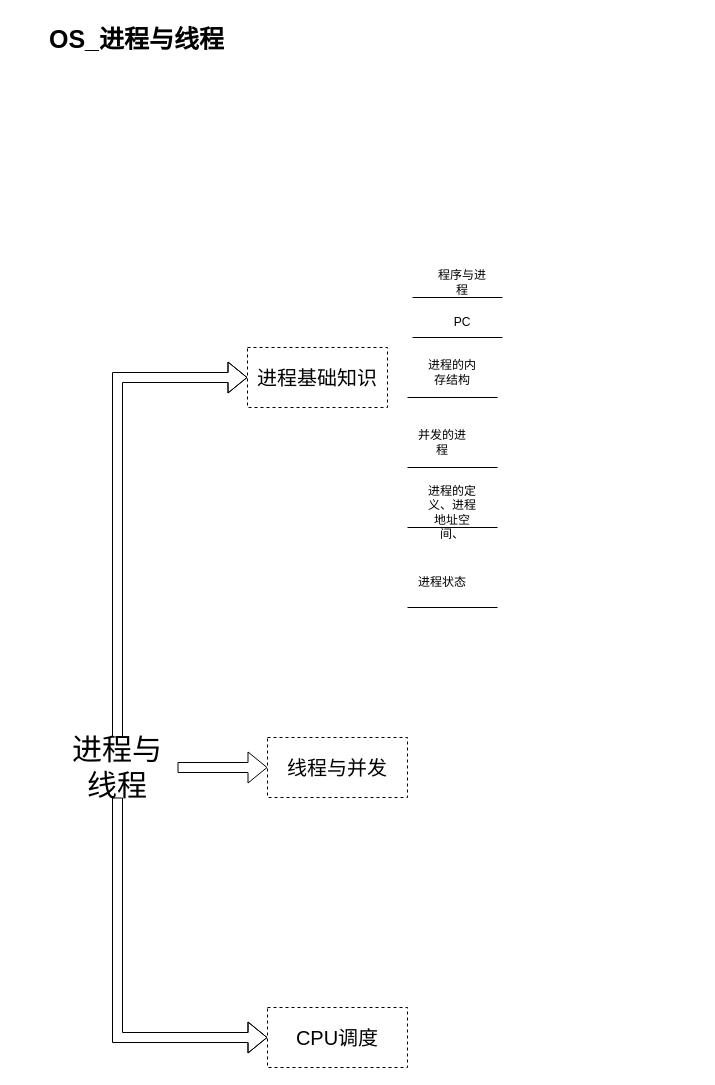
Earlier version of the draw.io diagram OS_进程与线程.drawio (qiqiangpan/OS). Source tidied: cells renumbered, new cells numbered last; positions are measured from the earlier drawing's top-left corner, leaving out a move shared by most shapes. Both pictures are drawn from the tidied source at 100%, with x=0, y=0 at pixel (47, 17).
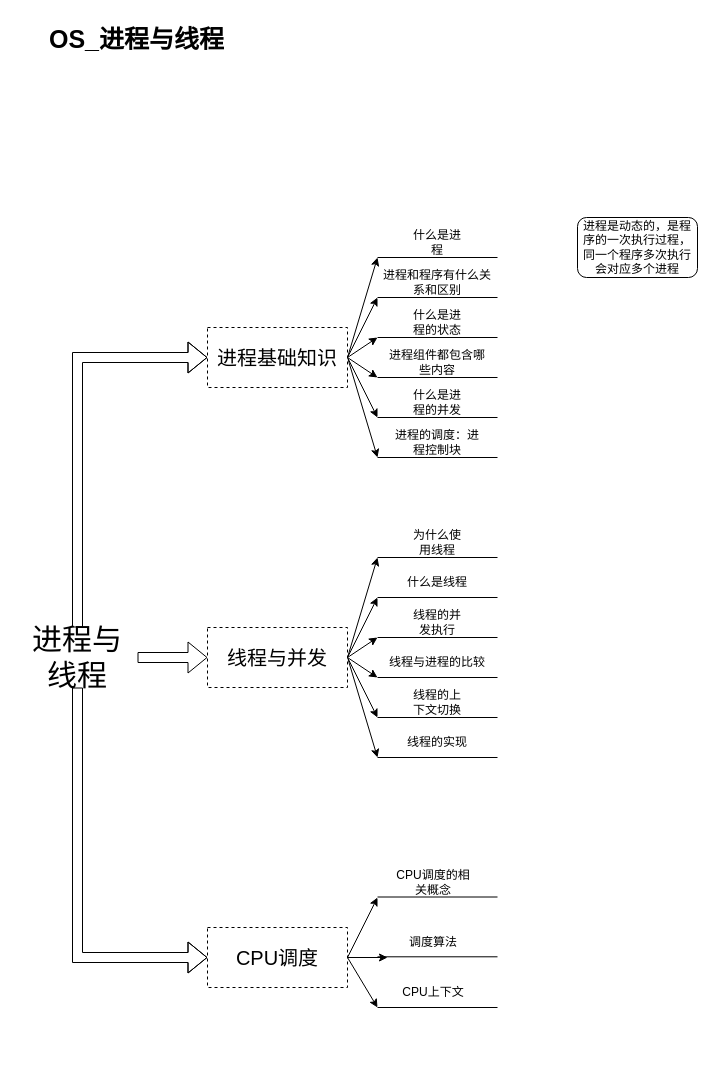
The same diagram, later.

Commit message (it also covers changes not shown here):
更新OS_进程与线程.drawio

Change to the diagram source:
```diff
@@
+    <mxCell id="22" style="group;" parent="1" vertex="1">
+      <mxGeometry x="-30" y="210" width="480" height="780" as="geometry" />
+    </mxCell>
-    <mxCell id="3" style="edgeStyle=orthogonalEdgeStyle;rounded=0;jettySize=auto;html=1;exitX=0.5;exitY=0;exitDx=0;exitDy=0;entryX=0;entryY=0.5;entryDx=0;entryDy=0;shape=flexArrow;" parent="1" edge="1" source="6" target="7">
+    <mxCell id="3" style="edgeStyle=orthogonalEdgeStyle;rounded=0;jettySize=auto;html=1;exitX=0.5;exitY=0;exitDx=0;exitDy=0;entryX=0;entryY=0.5;entryDx=0;entryDy=0;shape=flexArrow;" parent="22" edge="1" source="6" target="7">
       <mxGeometry relative="1" as="geometry" />
     </mxCell>
-    <mxCell id="4" style="edgeStyle=orthogonalEdgeStyle;rounded=0;jettySize=auto;html=1;exitX=1;exitY=0.5;exitDx=0;exitDy=0;entryX=0;entryY=0.5;entryDx=0;entryDy=0;shape=flexArrow;" parent="1" edge="1" source="6" target="8">
+    <mxCell id="4" style="edgeStyle=orthogonalEdgeStyle;rounded=0;jettySize=auto;html=1;exitX=1;exitY=0.5;exitDx=0;exitDy=0;entryX=0;entryY=0.5;entryDx=0;entryDy=0;shape=flexArrow;" parent="22" edge="1" source="6" target="8">
       <mxGeometry relative="1" as="geometry" />
     </mxCell>
-    <mxCell id="5" style="edgeStyle=orthogonalEdgeStyle;rounded=0;jettySize=auto;html=1;exitX=0.5;exitY=1;exitDx=0;exitDy=0;entryX=0;entryY=0.5;entryDx=0;entryDy=0;shape=flexArrow;" parent="1" edge="1" source="6" target="9">
+    <mxCell id="5" style="edgeStyle=orthogonalEdgeStyle;rounded=0;jettySize=auto;html=1;exitX=0.5;exitY=1;exitDx=0;exitDy=0;entryX=0;entryY=0.5;entryDx=0;entryDy=0;shape=flexArrow;" parent="22" edge="1" source="6" target="9">
       <mxGeometry relative="1" as="geometry" />
     </mxCell>
-    <mxCell id="6" value="&lt;font style=&quot;font-size: 30px;&quot;&gt;进程与线程&lt;/font&gt;" style="rounded=0;whiteSpace=wrap;html=1;fontSize=20;fillColor=none;strokeColor=none;" parent="1" vertex="1">
-      <mxGeometry x="10" y="720" width="120" height="60" as="geometry" />
+    <mxCell id="6" value="&lt;font style=&quot;font-size: 30px;&quot;&gt;进程与线程&lt;/font&gt;" style="rounded=0;whiteSpace=wrap;html=1;fontSize=20;fillColor=none;strokeColor=none;" parent="22" vertex="1">
+      <mxGeometry y="400" width="120" height="60" as="geometry" />
     </mxCell>
+    <mxCell id="23" style="group;" parent="22" vertex="1">
+      <mxGeometry x="190" width="290" height="230" as="geometry" />
+    </mxCell>
+    <mxCell id="24" style="edgeStyle=none;rounded=0;jettySize=auto;html=1;exitX=1;exitY=0.5;exitDx=0;exitDy=0;" parent="23" edge="1" source="7">
+      <mxGeometry relative="1" as="geometry">
+        <mxPoint x="170" y="30" as="targetPoint" />
+      </mxGeometry>
+    </mxCell>
+    <mxCell id="25" style="edgeStyle=none;rounded=0;jettySize=auto;html=1;exitX=1;exitY=0.5;exitDx=0;exitDy=0;" parent="23" edge="1" source="7">
+      <mxGeometry relative="1" as="geometry">
+        <mxPoint x="170" y="70" as="targetPoint" />
+      </mxGeometry>
+    </mxCell>
+    <mxCell id="26" style="edgeStyle=none;rounded=0;jettySize=auto;html=1;exitX=1;exitY=0.5;exitDx=0;exitDy=0;" parent="23" edge="1" source="7">
+      <mxGeometry relative="1" as="geometry">
+        <mxPoint x="170" y="110" as="targetPoint" />
+      </mxGeometry>
+    </mxCell>
+    <mxCell id="27" style="edgeStyle=none;rounded=0;jettySize=auto;html=1;exitX=1;exitY=0.5;exitDx=0;exitDy=0;" parent="23" edge="1" source="7">
+      <mxGeometry relative="1" as="geometry">
+        <mxPoint x="170" y="150" as="targetPoint" />
+      </mxGeometry>
+    </mxCell>
+    <mxCell id="28" style="edgeStyle=none;rounded=0;jettySize=auto;html=1;exitX=1;exitY=0.5;exitDx=0;exitDy=0;" parent="23" edge="1" source="7">
+      <mxGeometry relative="1" as="geometry">
+        <mxPoint x="170" y="190" as="targetPoint" />
+      </mxGeometry>
+    </mxCell>
+    <mxCell id="29" style="edgeStyle=none;rounded=0;jettySize=auto;html=1;exitX=1;exitY=0.5;exitDx=0;exitDy=0;" parent="23" edge="1" source="7">
+      <mxGeometry relative="1" as="geometry">
+        <mxPoint x="170" y="230" as="targetPoint" />
+      </mxGeometry>
+    </mxCell>
-    <mxCell id="7" value="进程基础知识" style="rounded=0;whiteSpace=wrap;html=1;fontSize=20;dashed=1;" parent="1" vertex="1">
-      <mxGeometry x="200" y="330" width="140" height="60" as="geometry" />
+    <mxCell id="7" value="进程基础知识" style="rounded=0;whiteSpace=wrap;html=1;fontSize=20;dashed=1;" parent="23" vertex="1">
+      <mxGeometry y="100" width="140" height="60" as="geometry" />
     </mxCell>
-    <mxCell id="8" value="线程与并发" style="rounded=0;whiteSpace=wrap;html=1;fontSize=20;dashed=1;" parent="1" vertex="1">
-      <mxGeometry x="220" y="720" width="140" height="60" as="geometry" />
-    </mxCell>
-    <mxCell id="9" value="CPU调度" style="rounded=0;whiteSpace=wrap;html=1;fontSize=20;dashed=1;" parent="1" vertex="1">
-      <mxGeometry x="220" y="990" width="140" height="60" as="geometry" />
-    </mxCell>
-    <mxCell id="10" value="程序与进程" style="text;html=1;align=center;verticalAlign=middle;whiteSpace=wrap;rounded=0;" parent="1" vertex="1">
-      <mxGeometry x="385" y="250" width="60" height="30" as="geometry" />
+    <mxCell id="10" value="什么是进程" style="text;html=1;align=center;verticalAlign=middle;whiteSpace=wrap;rounded=0;" parent="23" vertex="1">
+      <mxGeometry x="200" width="60" height="30" as="geometry" />
     </mxCell>
-    <mxCell id="11" style="endArrow=none;html=1;rounded=0;" parent="1" edge="1">
+    <mxCell id="11" style="endArrow=none;html=1;rounded=0;" parent="23" edge="1">
       <mxGeometry relative="1" as="geometry">
-        <mxPoint x="365" y="280" as="sourcePoint" />
-        <mxPoint x="455" y="280" as="targetPoint" />
+        <mxPoint x="170" y="30" as="sourcePoint" />
+        <mxPoint x="290" y="30" as="targetPoint" />
       </mxGeometry>
     </mxCell>
-    <mxCell id="12" style="endArrow=none;html=1;rounded=0;" parent="1" edge="1">
+    <mxCell id="12" style="endArrow=none;html=1;rounded=0;" parent="23" edge="1">
       <mxGeometry relative="1" as="geometry">
-        <mxPoint x="365" y="320" as="sourcePoint" />
-        <mxPoint x="455" y="320" as="targetPoint" />
+        <mxPoint x="170" y="70" as="sourcePoint" />
+        <mxPoint x="290" y="70" as="targetPoint" />
       </mxGeometry>
     </mxCell>
-    <mxCell id="13" value="PC" style="text;html=1;align=center;verticalAlign=middle;whiteSpace=wrap;rounded=0;" parent="1" vertex="1">
-      <mxGeometry x="385" y="290" width="60" height="30" as="geometry" />
+    <mxCell id="13" value="进程和程序有什么关系和区别" style="text;html=1;align=center;verticalAlign=middle;whiteSpace=wrap;rounded=0;" parent="23" vertex="1">
+      <mxGeometry x="175" y="40" width="110" height="30" as="geometry" />
     </mxCell>
-    <mxCell id="14" style="endArrow=none;html=1;rounded=0;" parent="1" edge="1">
+    <mxCell id="14" style="endArrow=none;html=1;rounded=0;" parent="23" edge="1">
       <mxGeometry relative="1" as="geometry">
-        <mxPoint x="360" y="380" as="sourcePoint" />
-        <mxPoint x="450" y="380" as="targetPoint" />
+        <mxPoint x="170" y="110" as="sourcePoint" />
+        <mxPoint x="290" y="110" as="targetPoint" />
       </mxGeometry>
     </mxCell>
-    <mxCell id="15" value="进程的内存结构" style="text;html=1;align=center;verticalAlign=middle;whiteSpace=wrap;rounded=0;" parent="1" vertex="1">
-      <mxGeometry x="375" y="340" width="60" height="30" as="geometry" />
+    <mxCell id="15" value="什么是进程的状态" style="text;html=1;align=center;verticalAlign=middle;whiteSpace=wrap;rounded=0;" parent="23" vertex="1">
+      <mxGeometry x="200" y="80" width="60" height="30" as="geometry" />
     </mxCell>
-    <mxCell id="16" style="endArrow=none;html=1;rounded=0;" parent="1" edge="1">
+    <mxCell id="16" style="endArrow=none;html=1;rounded=0;" parent="23" edge="1">
       <mxGeometry relative="1" as="geometry">
-        <mxPoint x="360" y="450" as="sourcePoint" />
-        <mxPoint x="450" y="450" as="targetPoint" />
+        <mxPoint x="170" y="150" as="sourcePoint" />
+        <mxPoint x="290" y="150" as="targetPoint" />
       </mxGeometry>
     </mxCell>
-    <mxCell id="17" value="并发的进程" style="text;html=1;align=center;verticalAlign=middle;whiteSpace=wrap;rounded=0;" parent="1" vertex="1">
-      <mxGeometry x="365" y="410" width="60" height="30" as="geometry" />
+    <mxCell id="17" value="进程组件都包含哪些内容" style="text;html=1;align=center;verticalAlign=middle;whiteSpace=wrap;rounded=0;" parent="23" vertex="1">
+      <mxGeometry x="180" y="120" width="100" height="30" as="geometry" />
     </mxCell>
-    <mxCell id="18" style="endArrow=none;html=1;rounded=0;" parent="1" edge="1">
+    <mxCell id="18" style="endArrow=none;html=1;rounded=0;" parent="23" edge="1">
       <mxGeometry relative="1" as="geometry">
-        <mxPoint x="360" y="510" as="sourcePoint" />
-        <mxPoint x="450" y="510" as="targetPoint" />
+        <mxPoint x="170" y="190" as="sourcePoint" />
+        <mxPoint x="290" y="190" as="targetPoint" />
       </mxGeometry>
     </mxCell>
-    <mxCell id="19" value="进程的定义、进程地址空间、" style="text;html=1;align=center;verticalAlign=middle;whiteSpace=wrap;rounded=0;" parent="1" vertex="1">
-      <mxGeometry x="375" y="480" width="60" height="30" as="geometry" />
+    <mxCell id="19" value="什么是进程的并发" style="text;html=1;align=center;verticalAlign=middle;whiteSpace=wrap;rounded=0;" parent="23" vertex="1">
+      <mxGeometry x="200" y="160" width="60" height="30" as="geometry" />
     </mxCell>
-    <mxCell id="20" style="endArrow=none;html=1;rounded=0;" parent="1" edge="1">
+    <mxCell id="20" style="endArrow=none;html=1;rounded=0;" parent="23" edge="1">
       <mxGeometry relative="1" as="geometry">
-        <mxPoint x="360" y="590" as="sourcePoint" />
-        <mxPoint x="450" y="590" as="targetPoint" />
+        <mxPoint x="170" y="230" as="sourcePoint" />
+        <mxPoint x="290" y="230" as="targetPoint" />
       </mxGeometry>
     </mxCell>
-    <mxCell id="21" value="进程状态" style="text;html=1;align=center;verticalAlign=middle;whiteSpace=wrap;rounded=0;" parent="1" vertex="1">
-      <mxGeometry x="365" y="550" width="60" height="30" as="geometry" />
+    <mxCell id="21" value="进程的调度：进程控制块" style="text;html=1;align=center;verticalAlign=middle;whiteSpace=wrap;rounded=0;" parent="23" vertex="1">
+      <mxGeometry x="185" y="200" width="90" height="30" as="geometry" />
     </mxCell>
+    <mxCell id="30" style="group;" parent="22" vertex="1">
+      <mxGeometry x="190" y="300" width="290" height="230" as="geometry" />
+    </mxCell>
+    <mxCell id="31" style="edgeStyle=none;rounded=0;jettySize=auto;html=1;exitX=1;exitY=0.5;exitDx=0;exitDy=0;" parent="30" edge="1" source="8">
+      <mxGeometry relative="1" as="geometry">
+        <mxPoint x="170" y="30" as="targetPoint" />
+      </mxGeometry>
+    </mxCell>
+    <mxCell id="32" style="edgeStyle=none;rounded=0;jettySize=auto;html=1;exitX=1;exitY=0.5;exitDx=0;exitDy=0;" parent="30" edge="1" source="8">
+      <mxGeometry relative="1" as="geometry">
+        <mxPoint x="170" y="70" as="targetPoint" />
+      </mxGeometry>
+    </mxCell>
+    <mxCell id="33" style="edgeStyle=none;rounded=0;jettySize=auto;html=1;exitX=1;exitY=0.5;exitDx=0;exitDy=0;" parent="30" edge="1" source="8">
+      <mxGeometry relative="1" as="geometry">
+        <mxPoint x="170" y="110" as="targetPoint" />
+      </mxGeometry>
+    </mxCell>
+    <mxCell id="34" style="edgeStyle=none;rounded=0;jettySize=auto;html=1;exitX=1;exitY=0.5;exitDx=0;exitDy=0;" parent="30" edge="1" source="8">
+      <mxGeometry relative="1" as="geometry">
+        <mxPoint x="170" y="150" as="targetPoint" />
+      </mxGeometry>
+    </mxCell>
+    <mxCell id="35" style="edgeStyle=none;rounded=0;jettySize=auto;html=1;exitX=1;exitY=0.5;exitDx=0;exitDy=0;" parent="30" edge="1" source="8">
+      <mxGeometry relative="1" as="geometry">
+        <mxPoint x="170" y="190" as="targetPoint" />
+      </mxGeometry>
+    </mxCell>
+    <mxCell id="36" style="edgeStyle=none;rounded=0;jettySize=auto;html=1;exitX=1;exitY=0.5;exitDx=0;exitDy=0;" parent="30" edge="1" source="8">
+      <mxGeometry relative="1" as="geometry">
+        <mxPoint x="170" y="230" as="targetPoint" />
+      </mxGeometry>
+    </mxCell>
+    <mxCell id="8" value="线程与并发" style="rounded=0;whiteSpace=wrap;html=1;fontSize=20;dashed=1;" parent="30" vertex="1">
+      <mxGeometry y="100" width="140" height="60" as="geometry" />
+    </mxCell>
+    <mxCell id="37" style="endArrow=none;html=1;rounded=0;" parent="30" edge="1">
+      <mxGeometry relative="1" as="geometry">
+        <mxPoint x="170" y="30" as="sourcePoint" />
+        <mxPoint x="290" y="30" as="targetPoint" />
+      </mxGeometry>
+    </mxCell>
+    <mxCell id="38" style="endArrow=none;html=1;rounded=0;" parent="30" edge="1">
+      <mxGeometry relative="1" as="geometry">
+        <mxPoint x="170" y="70" as="sourcePoint" />
+        <mxPoint x="290" y="70" as="targetPoint" />
+      </mxGeometry>
+    </mxCell>
+    <mxCell id="39" value="什么是线程" style="text;html=1;align=center;verticalAlign=middle;whiteSpace=wrap;rounded=0;" parent="30" vertex="1">
+      <mxGeometry x="175" y="40" width="110" height="30" as="geometry" />
+    </mxCell>
+    <mxCell id="40" style="endArrow=none;html=1;rounded=0;" parent="30" edge="1">
+      <mxGeometry relative="1" as="geometry">
+        <mxPoint x="170" y="110" as="sourcePoint" />
+        <mxPoint x="290" y="110" as="targetPoint" />
+      </mxGeometry>
+    </mxCell>
+    <mxCell id="41" value="线程的并发执行" style="text;html=1;align=center;verticalAlign=middle;whiteSpace=wrap;rounded=0;" parent="30" vertex="1">
+      <mxGeometry x="200" y="80" width="60" height="30" as="geometry" />
+    </mxCell>
+    <mxCell id="42" style="endArrow=none;html=1;rounded=0;" parent="30" edge="1">
+      <mxGeometry relative="1" as="geometry">
+        <mxPoint x="170" y="150" as="sourcePoint" />
+        <mxPoint x="290" y="150" as="targetPoint" />
+      </mxGeometry>
+    </mxCell>
+    <mxCell id="43" value="线程与进程的比较" style="text;html=1;align=center;verticalAlign=middle;whiteSpace=wrap;rounded=0;" parent="30" vertex="1">
+      <mxGeometry x="180" y="120" width="100" height="30" as="geometry" />
+    </mxCell>
+    <mxCell id="44" style="endArrow=none;html=1;rounded=0;" parent="30" edge="1">
+      <mxGeometry relative="1" as="geometry">
+        <mxPoint x="170" y="190" as="sourcePoint" />
+        <mxPoint x="290" y="190" as="targetPoint" />
+      </mxGeometry>
+    </mxCell>
+    <mxCell id="45" value="线程的上下文切换" style="text;html=1;align=center;verticalAlign=middle;whiteSpace=wrap;rounded=0;" parent="30" vertex="1">
+      <mxGeometry x="200" y="160" width="60" height="30" as="geometry" />
+    </mxCell>
+    <mxCell id="46" style="endArrow=none;html=1;rounded=0;" parent="30" edge="1">
+      <mxGeometry relative="1" as="geometry">
+        <mxPoint x="170" y="230" as="sourcePoint" />
+        <mxPoint x="290" y="230" as="targetPoint" />
+      </mxGeometry>
+    </mxCell>
+    <mxCell id="47" value="线程的实现" style="text;html=1;align=center;verticalAlign=middle;whiteSpace=wrap;rounded=0;" parent="30" vertex="1">
+      <mxGeometry x="185" y="200" width="90" height="30" as="geometry" />
+    </mxCell>
+    <mxCell id="48" value="为什么使用线程" style="text;html=1;align=center;verticalAlign=middle;whiteSpace=wrap;rounded=0;" parent="30" vertex="1">
+      <mxGeometry x="200" width="60" height="30" as="geometry" />
+    </mxCell>
+    <mxCell id="49" style="group;" parent="22" vertex="1">
+      <mxGeometry x="190" y="640" width="290" height="140" as="geometry" />
+    </mxCell>
+    <mxCell id="50" style="edgeStyle=none;rounded=0;jettySize=auto;html=1;exitX=1;exitY=0.5;exitDx=0;exitDy=0;" parent="49" edge="1" source="9">
+      <mxGeometry relative="1" as="geometry">
+        <mxPoint x="170" y="30" as="targetPoint" />
+      </mxGeometry>
+    </mxCell>
+    <mxCell id="51" style="edgeStyle=none;rounded=0;jettySize=auto;html=1;exitX=1;exitY=0.5;exitDx=0;exitDy=0;" parent="49" edge="1" source="9">
+      <mxGeometry relative="1" as="geometry">
+        <mxPoint x="180" y="90" as="targetPoint" />
+      </mxGeometry>
+    </mxCell>
+    <mxCell id="52" style="edgeStyle=none;rounded=0;jettySize=auto;html=1;exitX=1;exitY=0.5;exitDx=0;exitDy=0;" parent="49" edge="1" source="9">
+      <mxGeometry relative="1" as="geometry">
+        <mxPoint x="170" y="140" as="targetPoint" />
+      </mxGeometry>
+    </mxCell>
+    <mxCell id="9" value="CPU调度" style="rounded=0;whiteSpace=wrap;html=1;fontSize=20;dashed=1;" parent="49" vertex="1">
+      <mxGeometry y="60" width="140" height="60" as="geometry" />
+    </mxCell>
+    <mxCell id="53" style="endArrow=none;html=1;rounded=0;" parent="49" edge="1">
+      <mxGeometry relative="1" as="geometry">
+        <mxPoint x="170" y="29.5" as="sourcePoint" />
+        <mxPoint x="290" y="29.5" as="targetPoint" />
+      </mxGeometry>
+    </mxCell>
+    <mxCell id="54" value="CPU调度的相关概念" style="text;html=1;align=center;verticalAlign=middle;whiteSpace=wrap;rounded=0;" parent="49" vertex="1">
+      <mxGeometry x="186" width="80" height="30" as="geometry" />
+    </mxCell>
+    <mxCell id="55" style="endArrow=none;html=1;rounded=0;" parent="49" edge="1">
+      <mxGeometry relative="1" as="geometry">
+        <mxPoint x="170" y="89.3" as="sourcePoint" />
+        <mxPoint x="290" y="89.3" as="targetPoint" />
+      </mxGeometry>
+    </mxCell>
+    <mxCell id="56" value="调度算法" style="text;html=1;align=center;verticalAlign=middle;whiteSpace=wrap;rounded=0;" parent="49" vertex="1">
+      <mxGeometry x="196" y="60" width="60" height="30" as="geometry" />
+    </mxCell>
+    <mxCell id="57" style="endArrow=none;html=1;rounded=0;" parent="49" edge="1">
+      <mxGeometry relative="1" as="geometry">
+        <mxPoint x="170" y="140" as="sourcePoint" />
+        <mxPoint x="290" y="140" as="targetPoint" />
+      </mxGeometry>
+    </mxCell>
+    <mxCell id="58" value="CPU上下文" style="text;html=1;align=center;verticalAlign=middle;whiteSpace=wrap;rounded=0;" parent="49" vertex="1">
+      <mxGeometry x="189" y="110" width="74" height="30" as="geometry" />
+    </mxCell>
+    <mxCell id="59" value="进程是动态的，是程序的一次执行过程，同一个程序多次执行会对应多个进程" style="rounded=1;whiteSpace=wrap;html=1;" parent="1" vertex="1">
+      <mxGeometry x="530" y="200" width="120" height="60" as="geometry" />
+    </mxCell>
```
